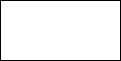
Above: UML/ejercicio_c.png in jzazooro/Entregaporparejas (draw.io), before the change. Source tidied: cells renumbered, new cells last; positions are measured from the earlier drawing's top-left corner, leaving out a move shared by most shapes. Source of this version:
```xml
<mxGraphModel>
  <root>
    <mxCell id="0" />
    <mxCell id="1" parent="0" />
    <mxCell id="2" style="rounded=0;whiteSpace=wrap;html=1;" parent="1" vertex="1">
      <mxGeometry width="120" height="60" as="geometry" />
    </mxCell>
  </root>
</mxGraphModel>
```
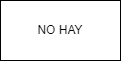
The same diagram one commit later.

The edit, as a diff of the source:
```diff
@@ -2,7 +2,7 @@
   <root>
     <mxCell id="0" />
     <mxCell id="1" parent="0" />
-    <mxCell id="2" style="rounded=0;whiteSpace=wrap;html=1;" parent="1" vertex="1">
+    <mxCell id="2" value="NO HAY" style="rounded=0;whiteSpace=wrap;html=1;" parent="1" vertex="1">
       <mxGeometry width="120" height="60" as="geometry" />
     </mxCell>
   </root>
```
